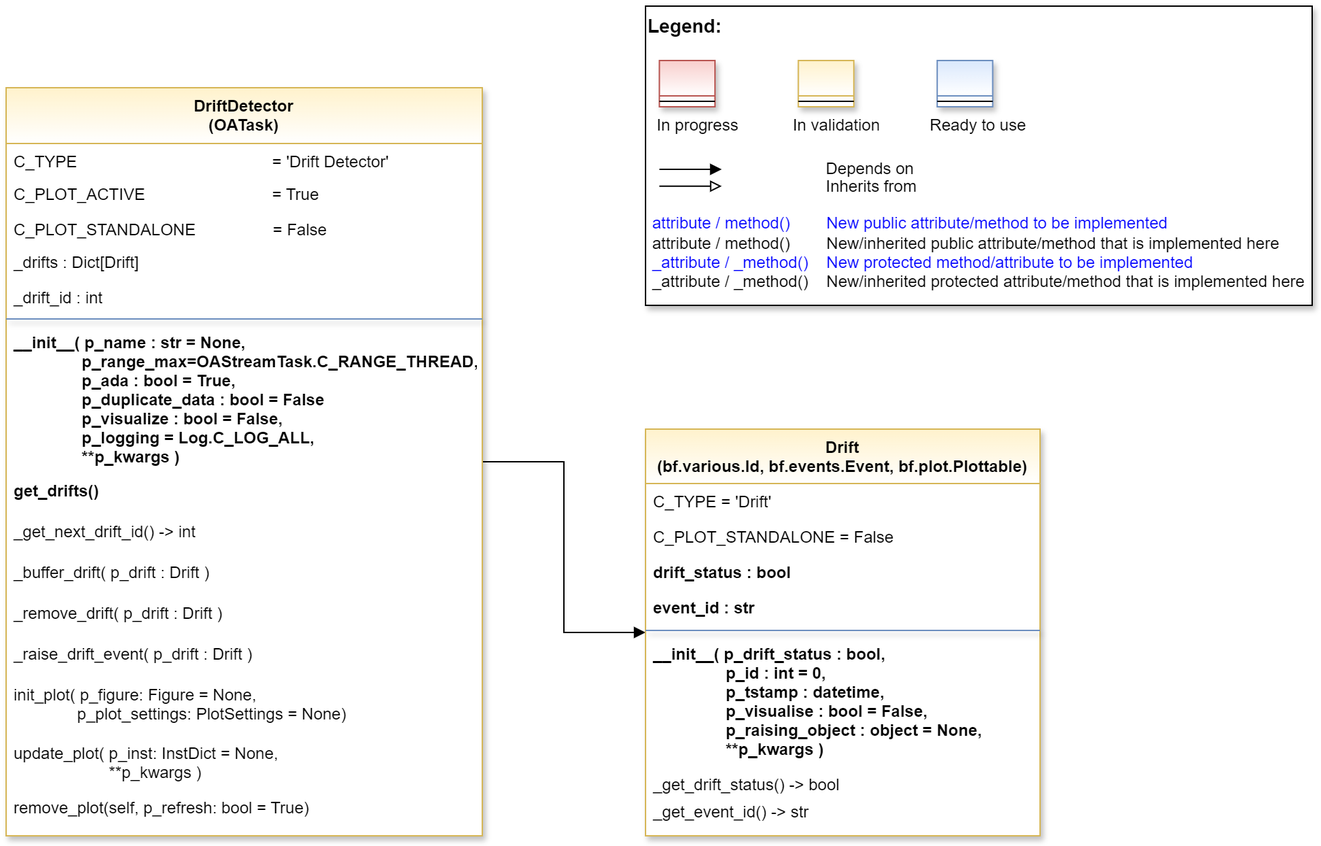
The draw.io diagram doc/rtd/content/99_appendices/appendix2/sub/mlpro_oa/streams/40_drift_detection/images/MLPro-OA-Drift-Detectors_class_diagram.drawio.png in fhswf/MLPro, before a commit. Source tidied: cells renumbered, new cells last; positions are measured from the earlier drawing's top-left corner, leaving out a move shared by most shapes.
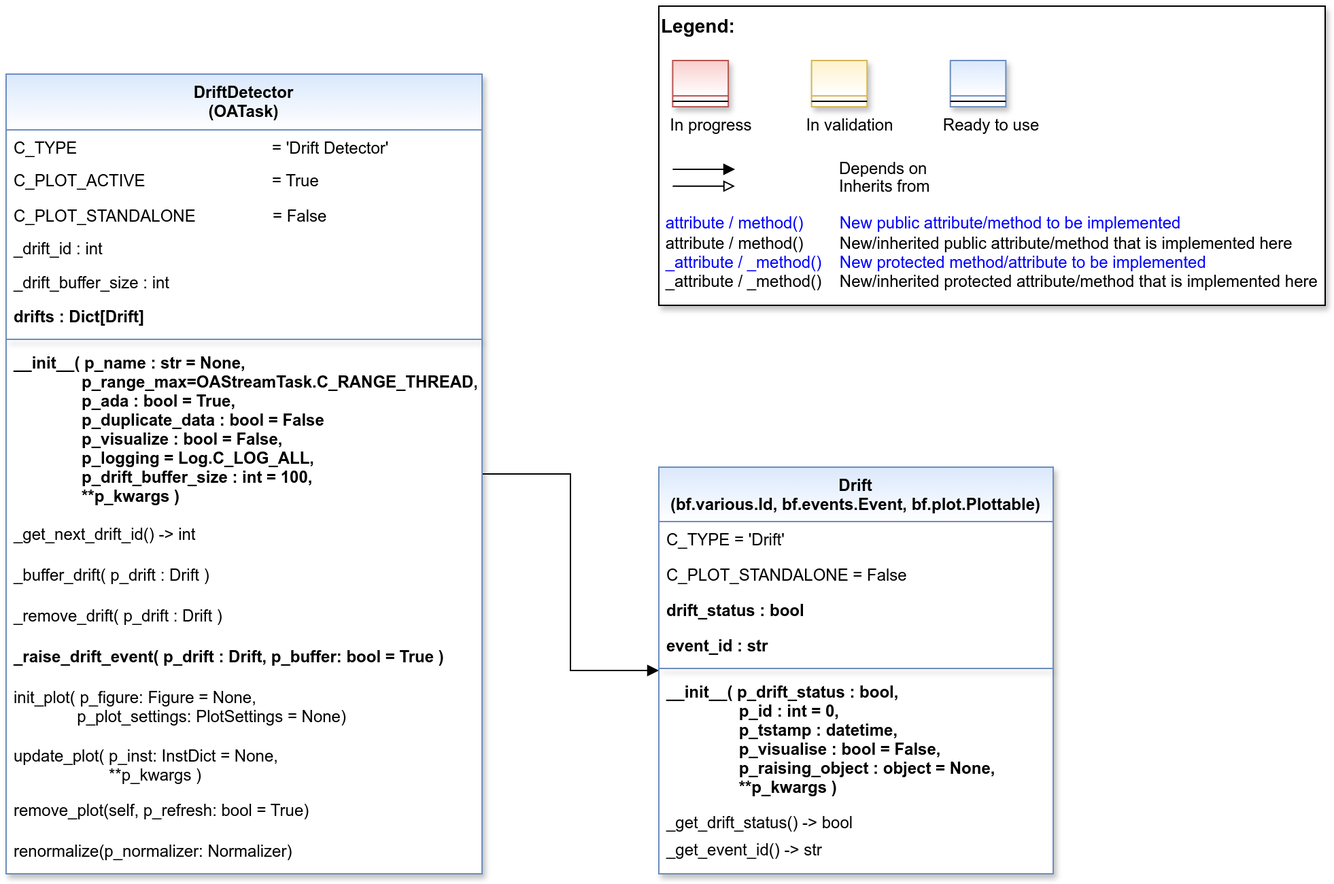
The same file after the commit.

What changed in the source:
```diff
@@ -1,14 +1,14 @@
 <mxGraphModel>
   <root>
-    <mxCell id="0" />
-    <mxCell id="1" parent="0" />
-    <mxCell id="2" style="group;" parent="1" vertex="1">
-      <mxGeometry x="470" width="490" height="220" as="geometry" />
-    </mxCell>
+    <mxCell id="38" />
+    <mxCell id="39" parent="38" />
+    <mxCell id="40" style="group;" parent="39" vertex="1">
+      <mxGeometry x="480" width="490" height="220" as="geometry" />
+    </mxCell>
-    <mxCell id="3" value="&lt;font color=&quot;#000000&quot; size=&quot;1&quot;&gt;&lt;b style=&quot;font-size: 14px&quot;&gt;Legend:&lt;br&gt;&lt;/b&gt;&lt;/font&gt;&lt;br&gt;&lt;br&gt;&lt;br&gt;&lt;font color=&quot;#0000ff&quot; style=&quot;font-size: 6px&quot;&gt;&lt;br&gt;&lt;/font&gt;&lt;span style=&quot;color: rgb(0 , 0 , 0)&quot;&gt;&lt;font style=&quot;font-size: 4px&quot;&gt;&amp;nbsp; &amp;nbsp;&lt;/font&gt;&amp;nbsp;In progress&amp;nbsp; &amp;nbsp; &amp;nbsp; &amp;nbsp; &amp;nbsp; &amp;nbsp; In validation&amp;nbsp; &amp;nbsp; &amp;nbsp; &amp;nbsp; &amp;nbsp; &amp;nbsp;Ready to use&lt;/span&gt;&lt;font color=&quot;#000000&quot;&gt;&amp;nbsp;&lt;br&gt;&lt;/font&gt;&lt;font color=&quot;#0000ff&quot;&gt;&lt;br&gt;&lt;br&gt;&lt;br&gt;&lt;br&gt;&amp;nbsp;attribute / method()&amp;nbsp; &amp;nbsp; &amp;nbsp; &amp;nbsp; New public attribute/method to be implemented&lt;/font&gt;&lt;br&gt;&lt;font color=&quot;#000000&quot;&gt;&amp;nbsp;&lt;/font&gt;&lt;font color=&quot;#000000&quot;&gt;attribute / method()&lt;span&gt; &lt;/span&gt;&amp;nbsp; &amp;nbsp; &amp;nbsp; &amp;nbsp;New/inherited public attribute/method that is implemented here&lt;br&gt;&lt;/font&gt;&lt;font color=&quot;#0000ff&quot;&gt;&amp;nbsp;_attribute /&amp;nbsp;&lt;/font&gt;&lt;font color=&quot;#0000ff&quot;&gt;_method()&amp;nbsp; &amp;nbsp; New protected method/attribute to be implemented&lt;/font&gt;&lt;br&gt;&lt;font color=&quot;#000000&quot;&gt;&amp;nbsp;_attribute / _method()&amp;nbsp; &amp;nbsp; New/inherited protected attribute/method that is implemented here&lt;br&gt;&lt;/font&gt;&lt;font color=&quot;#000000&quot;&gt;&lt;br&gt;&lt;br&gt;&lt;br&gt;&lt;br&gt;&lt;br&gt;&lt;/font&gt;" style="text;html=1;align=left;verticalAlign=top;whiteSpace=wrap;rounded=0;fontColor=#006600;strokeColor=#000000;shadow=1;fillColor=#ffffff;" parent="2" vertex="1">
+    <mxCell id="3" value="&lt;font color=&quot;#000000&quot; size=&quot;1&quot;&gt;&lt;b style=&quot;font-size: 14px&quot;&gt;Legend:&lt;br&gt;&lt;/b&gt;&lt;/font&gt;&lt;br&gt;&lt;br&gt;&lt;br&gt;&lt;font color=&quot;#0000ff&quot; style=&quot;font-size: 6px&quot;&gt;&lt;br&gt;&lt;/font&gt;&lt;span style=&quot;color: rgb(0 , 0 , 0)&quot;&gt;&lt;font style=&quot;font-size: 4px&quot;&gt;&amp;nbsp; &amp;nbsp;&lt;/font&gt;&amp;nbsp;In progress&amp;nbsp; &amp;nbsp; &amp;nbsp; &amp;nbsp; &amp;nbsp; &amp;nbsp; In validation&amp;nbsp; &amp;nbsp; &amp;nbsp; &amp;nbsp; &amp;nbsp; &amp;nbsp;Ready to use&lt;/span&gt;&lt;font color=&quot;#000000&quot;&gt;&amp;nbsp;&lt;br&gt;&lt;/font&gt;&lt;font color=&quot;#0000ff&quot;&gt;&lt;br&gt;&lt;br&gt;&lt;br&gt;&lt;br&gt;&amp;nbsp;attribute / method()&amp;nbsp; &amp;nbsp; &amp;nbsp; &amp;nbsp; New public attribute/method to be implemented&lt;/font&gt;&lt;br&gt;&lt;font color=&quot;#000000&quot;&gt;&amp;nbsp;&lt;/font&gt;&lt;font color=&quot;#000000&quot;&gt;attribute / method()&lt;span&gt; &lt;/span&gt;&amp;nbsp; &amp;nbsp; &amp;nbsp; &amp;nbsp;New/inherited public attribute/method that is implemented here&lt;br&gt;&lt;/font&gt;&lt;font color=&quot;#0000ff&quot;&gt;&amp;nbsp;_attribute /&amp;nbsp;&lt;/font&gt;&lt;font color=&quot;#0000ff&quot;&gt;_method()&amp;nbsp; &amp;nbsp; New protected method/attribute to be implemented&lt;/font&gt;&lt;br&gt;&lt;font color=&quot;#000000&quot;&gt;&amp;nbsp;_attribute / _method()&amp;nbsp; &amp;nbsp; New/inherited protected attribute/method that is implemented here&lt;br&gt;&lt;/font&gt;&lt;font color=&quot;#000000&quot;&gt;&lt;br&gt;&lt;br&gt;&lt;br&gt;&lt;br&gt;&lt;br&gt;&lt;/font&gt;" style="text;html=1;align=left;verticalAlign=top;whiteSpace=wrap;rounded=0;fontColor=#006600;strokeColor=#000000;shadow=1;fillColor=#ffffff;" parent="40" vertex="1">
       <mxGeometry width="490" height="220" as="geometry" />
     </mxCell>
-    <mxCell id="4" value="Depends on" style="endArrow=block;html=1;labelPosition=right;verticalLabelPosition=middle;align=left;verticalAlign=middle;endFill=1;fontSize=12;" parent="2" edge="1">
+    <mxCell id="4" value="Depends on" style="endArrow=block;html=1;labelPosition=right;verticalLabelPosition=middle;align=left;verticalAlign=middle;endFill=1;fontSize=12;" parent="40" edge="1">
       <mxGeometry x="-1623.1" y="-2180" as="geometry">
         <mxPoint x="10.2" y="120" as="sourcePoint" />
         <mxPoint x="56" y="120" as="targetPoint" />
@@ -18,36 +18,36 @@
         <mxPoint x="98" as="offset" />
       </mxGeometry>
     </mxCell>
-    <mxCell id="5" value="Inherits from" style="endArrow=block;html=1;labelPosition=right;verticalLabelPosition=middle;align=left;verticalAlign=middle;endFill=0;fontSize=12;" parent="2" edge="1">
+    <mxCell id="5" value="Inherits from" style="endArrow=block;html=1;labelPosition=right;verticalLabelPosition=middle;align=left;verticalAlign=middle;endFill=0;fontSize=12;" parent="40" edge="1">
       <mxGeometry x="-1623.1" y="-2180" as="geometry">
         <mxPoint x="10.2" y="132.4" as="sourcePoint" />
         <mxPoint x="56" y="132.4" as="targetPoint" />
         <mxPoint x="98" y="1" as="offset" />
       </mxGeometry>
     </mxCell>
-    <mxCell id="6" style="swimlane;fontStyle=3;align=center;verticalAlign=top;horizontal=1;startSize=26;rounded=0;shadow=1;strokeWidth=1;fillColor=#f8cecc;strokeColor=#b85450;gradientColor=#ffffff;swimlaneFillColor=#ffffff;" parent="2" vertex="1">
+    <mxCell id="6" style="swimlane;fontStyle=3;align=center;verticalAlign=top;horizontal=1;startSize=26;rounded=0;shadow=1;strokeWidth=1;fillColor=#f8cecc;strokeColor=#b85450;gradientColor=#ffffff;swimlaneFillColor=#ffffff;" parent="40" vertex="1">
       <mxGeometry x="10.2" y="40" width="40.8" height="34" as="geometry" />
     </mxCell>
-    <mxCell id="7" style="line;html=1;strokeWidth=1;align=left;verticalAlign=middle;spacingTop=-1;spacingLeft=3;spacingRight=3;labelPosition=right;" parent="6" vertex="1">
-      <mxGeometry y="26" width="40.8" height="8" as="geometry" />
-    </mxCell>
+    <mxCell id="41" style="line;html=1;strokeWidth=1;align=left;verticalAlign=middle;spacingTop=-1;spacingLeft=3;spacingRight=3;labelPosition=right;" parent="6" vertex="1">
+      <mxGeometry y="26" width="40.8" height="8" as="geometry" />
+    </mxCell>
-    <mxCell id="8" style="swimlane;fontStyle=3;align=center;verticalAlign=top;horizontal=1;startSize=26;rounded=0;shadow=1;strokeWidth=1;fillColor=#fff2cc;strokeColor=#d6b656;gradientColor=#ffffff;swimlaneFillColor=#ffffff;" parent="2" vertex="1">
+    <mxCell id="8" style="swimlane;fontStyle=3;align=center;verticalAlign=top;horizontal=1;startSize=26;rounded=0;shadow=1;strokeWidth=1;fillColor=#fff2cc;strokeColor=#d6b656;gradientColor=#ffffff;swimlaneFillColor=#ffffff;" parent="40" vertex="1">
       <mxGeometry x="112.3" y="40" width="40.8" height="34" as="geometry" />
     </mxCell>
-    <mxCell id="9" style="line;html=1;strokeWidth=1;align=left;verticalAlign=middle;spacingTop=-1;spacingLeft=3;spacingRight=3;labelPosition=right;" parent="8" vertex="1">
-      <mxGeometry y="26" width="40.8" height="8" as="geometry" />
-    </mxCell>
+    <mxCell id="42" style="line;html=1;strokeWidth=1;align=left;verticalAlign=middle;spacingTop=-1;spacingLeft=3;spacingRight=3;labelPosition=right;" parent="8" vertex="1">
+      <mxGeometry y="26" width="40.8" height="8" as="geometry" />
+    </mxCell>
-    <mxCell id="10" style="swimlane;fontStyle=3;align=center;verticalAlign=top;horizontal=1;startSize=26;rounded=0;shadow=1;strokeWidth=1;fillColor=#dae8fc;strokeColor=#6c8ebf;gradientColor=#ffffff;swimlaneFillColor=#ffffff;" parent="2" vertex="1">
+    <mxCell id="10" style="swimlane;fontStyle=3;align=center;verticalAlign=top;horizontal=1;startSize=26;rounded=0;shadow=1;strokeWidth=1;fillColor=#dae8fc;strokeColor=#6c8ebf;gradientColor=#ffffff;swimlaneFillColor=#ffffff;" parent="40" vertex="1">
       <mxGeometry x="214.4" y="40" width="40.8" height="34" as="geometry" />
     </mxCell>
-    <mxCell id="11" style="line;html=1;strokeWidth=1;align=left;verticalAlign=middle;spacingTop=-1;spacingLeft=3;spacingRight=3;labelPosition=right;" parent="10" vertex="1">
-      <mxGeometry y="26" width="40.8" height="8" as="geometry" />
-    </mxCell>
+    <mxCell id="43" style="line;html=1;strokeWidth=1;align=left;verticalAlign=middle;spacingTop=-1;spacingLeft=3;spacingRight=3;labelPosition=right;" parent="10" vertex="1">
+      <mxGeometry y="26" width="40.8" height="8" as="geometry" />
+    </mxCell>
-    <mxCell id="12" style="edgeStyle=orthogonalEdgeStyle;rounded=0;jettySize=auto;html=1;endArrow=block;endFill=1;" parent="1" edge="1" source="13" target="29">
+    <mxCell id="12" style="edgeStyle=orthogonalEdgeStyle;rounded=0;jettySize=auto;html=1;endArrow=block;endFill=1;" parent="39" edge="1" source="13" target="29">
       <mxGeometry relative="1" as="geometry" />
     </mxCell>
-    <mxCell id="13" value="DriftDetector&#10;(OATask)" style="swimlane;align=center;verticalAlign=top;horizontal=1;startSize=41;rounded=0;shadow=1;strokeWidth=1;fillColor=#fff2cc;strokeColor=#d6b656;swimlaneFillColor=#ffffff;gradientColor=#FFFFFF;" parent="1" vertex="1">
-      <mxGeometry y="60" width="350" height="550" as="geometry" />
+    <mxCell id="13" value="DriftDetector&#10;(OATask)" style="swimlane;align=center;verticalAlign=top;horizontal=1;startSize=41;rounded=0;shadow=1;strokeWidth=1;fillColor=#dae8fc;strokeColor=#6c8ebf;swimlaneFillColor=#ffffff;gradientColor=#FFFFFF;" parent="39" vertex="1">
+      <mxGeometry y="50" width="350" height="588" as="geometry" />
     </mxCell>
     <mxCell id="14" value="C_TYPE                                           = 'Drift Detector'" style="text;align=left;verticalAlign=top;spacingLeft=4;spacingRight=4;overflow=hidden;" parent="13" vertex="1">
       <mxGeometry y="41" width="350" height="24" as="geometry" />
@@ -58,44 +58,47 @@
     <mxCell id="16" value="C_PLOT_STANDALONE                 = False" style="text;align=left;verticalAlign=top;spacingLeft=4;spacingRight=4;overflow=hidden;" parent="13" vertex="1">
       <mxGeometry y="91" width="350" height="24" as="geometry" />
     </mxCell>
-    <mxCell id="17" value="_drifts : Dict[Drift]" style="text;align=left;verticalAlign=top;spacingLeft=4;spacingRight=4;overflow=hidden;" parent="13" vertex="1">
-      <mxGeometry y="115" width="350" height="26" as="geometry" />
-    </mxCell>
     <mxCell id="18" value="_drift_id : int" style="text;align=left;verticalAlign=top;spacingLeft=4;spacingRight=4;overflow=hidden;" parent="13" vertex="1">
-      <mxGeometry y="141" width="350" height="25" as="geometry" />
+      <mxGeometry y="115" width="350" height="25" as="geometry" />
     </mxCell>
-    <mxCell id="19" style="line;html=1;strokeWidth=1;align=center;verticalAlign=top;spacingTop=-1;spacingLeft=3;spacingRight=3;labelPosition=right;rounded=0;shadow=1;strokeColor=#6c8ebf;swimlaneFillColor=#ffffff;fontFamily=Helvetica;fontSize=12;fontColor=default;fontStyle=3;fillColor=#dae8fc;gradientColor=#ffffff;" parent="13" vertex="1">
-      <mxGeometry y="166" width="350" height="8" as="geometry" />
-    </mxCell>
-    <mxCell id="20" value="__init__( p_name : str = None,&#10;               p_range_max=OAStreamTask.C_RANGE_THREAD,&#10;               p_ada : bool = True,&#10;               p_duplicate_data : bool = False&#10;               p_visualize : bool = False,&#10;               p_logging = Log.C_LOG_ALL,&#10;               **p_kwargs )" style="text;align=left;verticalAlign=top;spacingLeft=4;spacingRight=4;overflow=hidden;fontStyle=1;" parent="13" vertex="1">
-      <mxGeometry y="174" width="350" height="109" as="geometry" />
-    </mxCell>
-    <mxCell id="21" value="get_drifts()" style="text;align=left;verticalAlign=top;spacingLeft=4;spacingRight=4;overflow=hidden;shadow=1;fontStyle=1;" parent="13" vertex="1">
-      <mxGeometry y="283" width="350" height="30" as="geometry" />
-    </mxCell>
+    <mxCell id="44" value="_drift_buffer_size : int" style="text;align=left;verticalAlign=top;spacingLeft=4;spacingRight=4;overflow=hidden;" parent="13" vertex="1">
+      <mxGeometry y="140" width="350" height="25" as="geometry" />
+    </mxCell>
+    <mxCell id="45" value="drifts : Dict[Drift]" style="text;align=left;verticalAlign=top;spacingLeft=4;spacingRight=4;overflow=hidden;fontStyle=1;" parent="13" vertex="1">
+      <mxGeometry y="165" width="350" height="26" as="geometry" />
+    </mxCell>
+    <mxCell id="46" style="line;html=1;strokeWidth=1;align=center;verticalAlign=top;spacingTop=-1;spacingLeft=3;spacingRight=3;labelPosition=right;rounded=0;shadow=1;strokeColor=#6c8ebf;swimlaneFillColor=#ffffff;fontFamily=Helvetica;fontSize=12;fontColor=default;fontStyle=3;fillColor=#dae8fc;gradientColor=#ffffff;" parent="13" vertex="1">
+      <mxGeometry y="191" width="350" height="8" as="geometry" />
+    </mxCell>
+    <mxCell id="47" value="__init__( p_name : str = None,&#10;               p_range_max=OAStreamTask.C_RANGE_THREAD,&#10;               p_ada : bool = True,&#10;               p_duplicate_data : bool = False&#10;               p_visualize : bool = False,&#10;               p_logging = Log.C_LOG_ALL,&#10;               p_drift_buffer_size : int = 100,&#10;               **p_kwargs )" style="text;align=left;verticalAlign=top;spacingLeft=4;spacingRight=4;overflow=hidden;fontStyle=1;" parent="13" vertex="1">
+      <mxGeometry y="199" width="350" height="126" as="geometry" />
+    </mxCell>
     <mxCell id="22" value="_get_next_drift_id() -&gt; int" style="text;align=left;verticalAlign=top;spacingLeft=4;spacingRight=4;overflow=hidden;shadow=1;" parent="13" vertex="1">
-      <mxGeometry y="313" width="350" height="30" as="geometry" />
+      <mxGeometry y="325" width="350" height="30" as="geometry" />
     </mxCell>
     <mxCell id="23" value="_buffer_drift( p_drift : Drift ) " style="text;align=left;verticalAlign=top;spacingLeft=4;spacingRight=4;overflow=hidden;shadow=1;" parent="13" vertex="1">
-      <mxGeometry y="343" width="350" height="30" as="geometry" />
+      <mxGeometry y="355" width="350" height="30" as="geometry" />
     </mxCell>
     <mxCell id="24" value="_remove_drift( p_drift : Drift )" style="text;align=left;verticalAlign=top;spacingLeft=4;spacingRight=4;overflow=hidden;shadow=1;" parent="13" vertex="1">
-      <mxGeometry y="373" width="350" height="30" as="geometry" />
+      <mxGeometry y="385" width="350" height="30" as="geometry" />
     </mxCell>
-    <mxCell id="25" value="_raise_drift_event( p_drift : Drift )" style="text;align=left;verticalAlign=top;spacingLeft=4;spacingRight=4;overflow=hidden;shadow=1;" parent="13" vertex="1">
-      <mxGeometry y="403" width="350" height="30" as="geometry" />
-    </mxCell>
+    <mxCell id="48" value="_raise_drift_event( p_drift : Drift, p_buffer: bool = True )" style="text;align=left;verticalAlign=top;spacingLeft=4;spacingRight=4;overflow=hidden;shadow=1;fontStyle=1;" parent="13" vertex="1">
+      <mxGeometry y="415" width="350" height="30" as="geometry" />
+    </mxCell>
     <mxCell id="26" value="init_plot( p_figure: Figure = None,&#10;              p_plot_settings: PlotSettings = None)" style="text;align=left;verticalAlign=top;spacingLeft=4;spacingRight=4;overflow=hidden;shadow=1;" parent="13" vertex="1">
-      <mxGeometry y="433" width="350" height="43" as="geometry" />
+      <mxGeometry y="445" width="350" height="43" as="geometry" />
     </mxCell>
     <mxCell id="27" value="update_plot( p_inst: InstDict = None,&#10;                     **p_kwargs )" style="text;align=left;verticalAlign=top;spacingLeft=4;spacingRight=4;overflow=hidden;shadow=1;" parent="13" vertex="1">
-      <mxGeometry y="476" width="350" height="40" as="geometry" />
+      <mxGeometry y="488" width="350" height="40" as="geometry" />
     </mxCell>
     <mxCell id="28" value="remove_plot(self, p_refresh: bool = True)" style="text;align=left;verticalAlign=top;spacingLeft=4;spacingRight=4;overflow=hidden;shadow=1;" parent="13" vertex="1">
-      <mxGeometry y="516" width="350" height="30" as="geometry" />
+      <mxGeometry y="528" width="350" height="30" as="geometry" />
     </mxCell>
+    <mxCell id="49" value="renormalize(p_normalizer: Normalizer) " style="text;align=left;verticalAlign=top;spacingLeft=4;spacingRight=4;overflow=hidden;shadow=1;fontStyle=0;" parent="13" vertex="1">
+      <mxGeometry y="558" width="350" height="30" as="geometry" />
+    </mxCell>
-    <mxCell id="29" value="Drift&#10;(bf.various.Id, bf.events.Event, bf.plot.Plottable)" style="swimlane;fontStyle=1;align=center;verticalAlign=top;horizontal=1;startSize=40;rounded=0;shadow=1;strokeWidth=1;fillColor=#fff2cc;strokeColor=#d6b656;swimlaneFillColor=#ffffff;fontFamily=Helvetica;fontSize=12;gradientColor=#FFFFFF;" parent="1" vertex="1">
-      <mxGeometry x="470" y="311" width="290" height="299" as="geometry" />
+    <mxCell id="29" value="Drift&#10;(bf.various.Id, bf.events.Event, bf.plot.Plottable)" style="swimlane;fontStyle=1;align=center;verticalAlign=top;horizontal=1;startSize=40;rounded=0;shadow=1;strokeWidth=1;fillColor=#dae8fc;strokeColor=#6c8ebf;swimlaneFillColor=#ffffff;fontFamily=Helvetica;fontSize=12;gradientColor=#FFFFFF;" parent="39" vertex="1">
+      <mxGeometry x="480" y="339" width="290" height="299" as="geometry" />
     </mxCell>
     <mxCell id="30" value="C_TYPE = 'Drift'" style="text;align=left;verticalAlign=top;spacingLeft=4;spacingRight=4;overflow=hidden;" parent="29" vertex="1">
       <mxGeometry y="40" width="290" height="26" as="geometry" />
```
